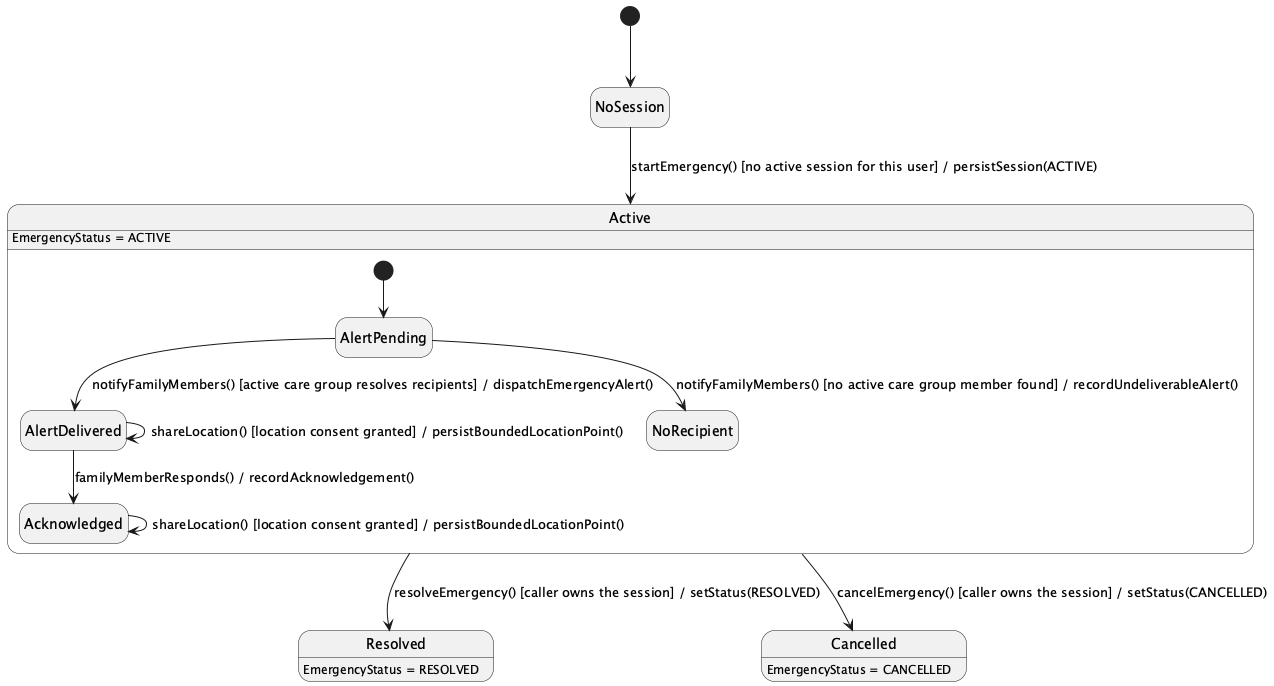
This is 03_Design/Detailed_Design/MF07_Emergency_Map_Nearby_Care_Support/images/02_Emergency_Session_Family_Alert_and_Response_StateChartDiagram.png from ChuongBDHE172784/CareBridge_SEP490_G79, a PlantUML export, as it was before one commit.
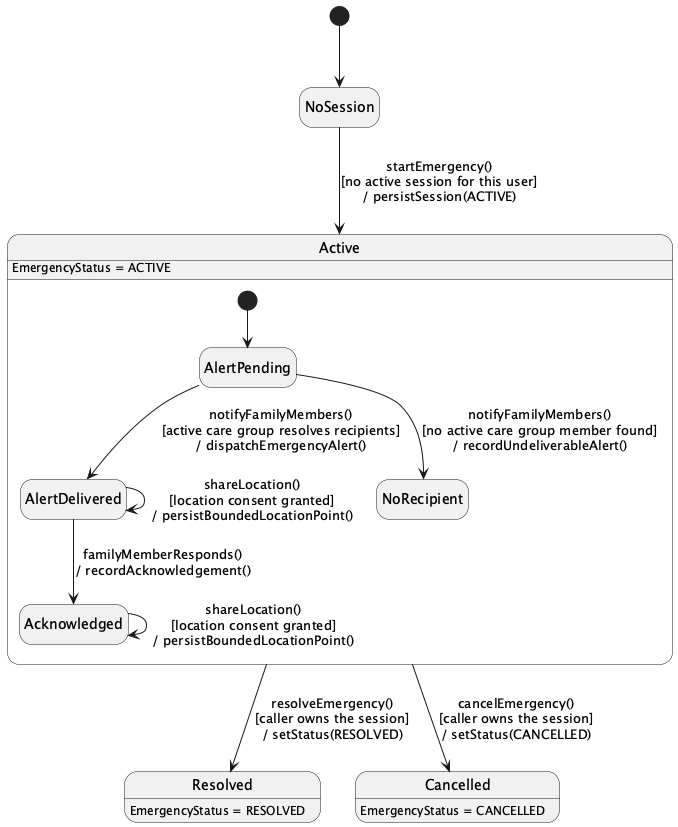
The same diagram one commit later.

The edit, as a diff of the source:
```diff
@@ -1,18 +1,18 @@
-@startuml
+@startuml StateChartDiagram_02EmergencySessionFamilyAlertandResponse
 hide empty description
 [*] --> NoSession
 
-NoSession --> Active : startEmergency() [no active session for this user] / persistSession(ACTIVE)
-Active --> Resolved : resolveEmergency() [caller owns the session] / setStatus(RESOLVED)
-Active --> Cancelled : cancelEmergency() [caller owns the session] / setStatus(CANCELLED)
+NoSession --> Active : startEmergency()\n[no active session for this user]\n/ persistSession(ACTIVE)
+Active --> Resolved : resolveEmergency()\n[caller owns the session]\n/ setStatus(RESOLVED)
+Active --> Cancelled : cancelEmergency()\n[caller owns the session]\n/ setStatus(CANCELLED)
 
 state Active {
   [*] --> AlertPending
-  AlertPending --> AlertDelivered : notifyFamilyMembers() [active care group resolves recipients] / dispatchEmergencyAlert()
-  AlertPending --> NoRecipient : notifyFamilyMembers() [no active care group member found] / recordUndeliverableAlert()
-  AlertDelivered --> Acknowledged : familyMemberResponds() / recordAcknowledgement()
-  AlertDelivered --> AlertDelivered : shareLocation() [location consent granted] / persistBoundedLocationPoint()
-  Acknowledged --> Acknowledged : shareLocation() [location consent granted] / persistBoundedLocationPoint()
+  AlertPending --> AlertDelivered : notifyFamilyMembers()\n[active care group resolves recipients]\n/ dispatchEmergencyAlert()
+  AlertPending --> NoRecipient : notifyFamilyMembers()\n[no active care group member found]\n/ recordUndeliverableAlert()
+  AlertDelivered --> Acknowledged : familyMemberResponds()\n/ recordAcknowledgement()
+  AlertDelivered --> AlertDelivered : shareLocation()\n[location consent granted]\n/ persistBoundedLocationPoint()
+  Acknowledged --> Acknowledged : shareLocation()\n[location consent granted]\n/ persistBoundedLocationPoint()
 }
 
 Active : EmergencyStatus = ACTIVE
```
